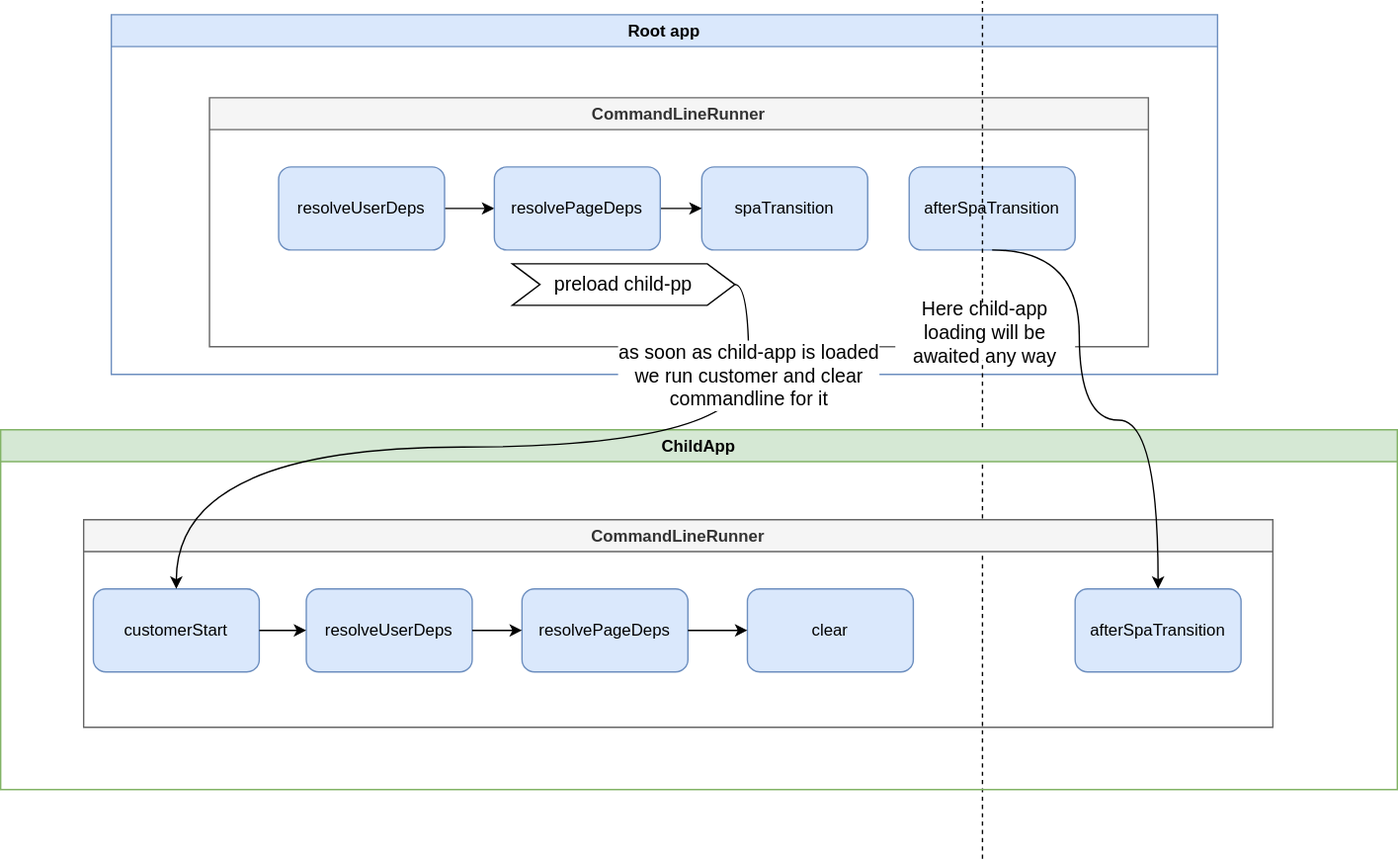
This is tools/docSite/static/img/child-app/command-line-runner-spa-loaded.drawio.svg from Tinkoff/tramvai, a draw.io export, as it was before one commit. Source tidied: cells renumbered, new cells last; positions are measured from the earlier drawing's top-left corner, leaving out a move shared by most shapes.
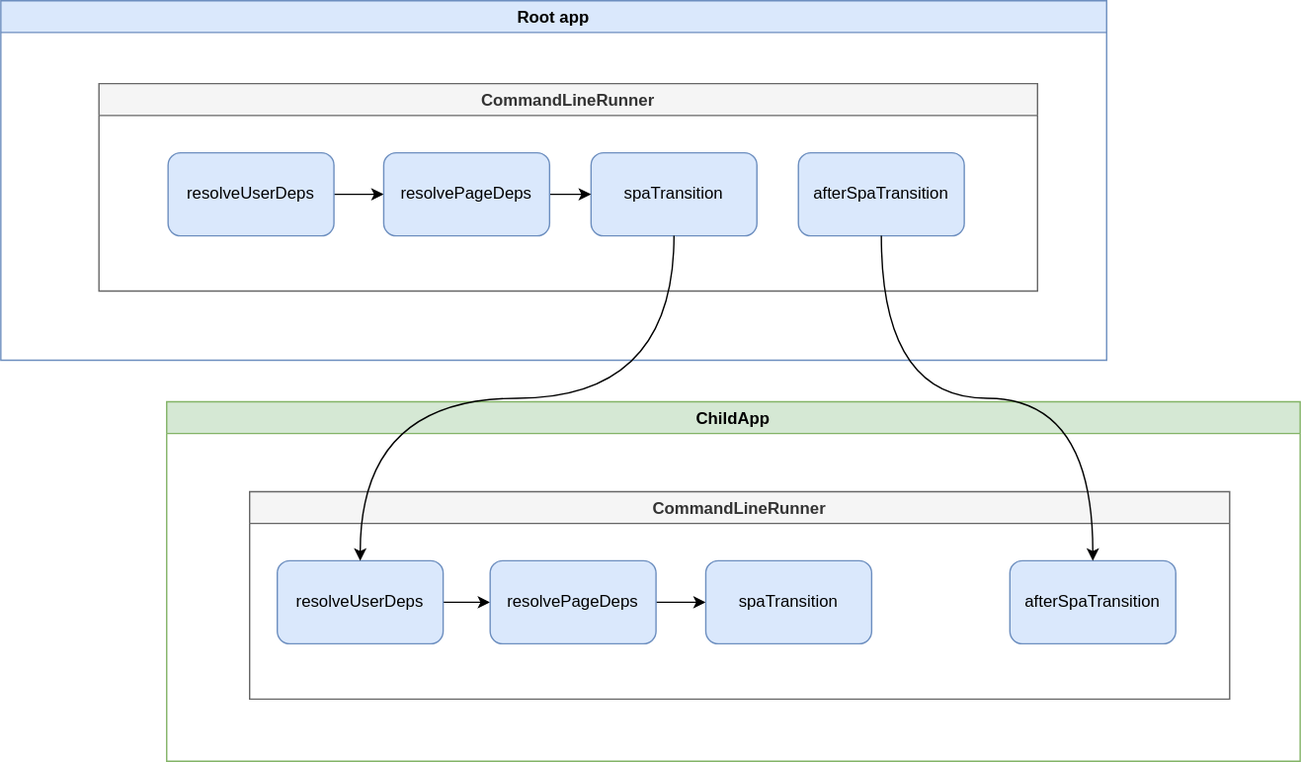
Above is the later version.

Diff of the diagram source:
```diff
@@ -6,7 +6,7 @@
       <mxGeometry x="80" y="10" width="800" height="260" as="geometry" />
     </mxCell>
     <mxCell id="3" value="CommandLineRunner" style="swimlane;fillColor=#f5f5f5;strokeColor=#666666;fontColor=#333333;" parent="2" vertex="1">
-      <mxGeometry x="71" y="60" width="679" height="180" as="geometry" />
+      <mxGeometry x="71" y="60" width="679" height="150" as="geometry" />
     </mxCell>
     <mxCell id="4" value="afterSpaTransition" style="rounded=1;whiteSpace=wrap;html=1;fillColor=#dae8fc;strokeColor=#6c8ebf;" parent="3" vertex="1">
       <mxGeometry x="506" y="50" width="120" height="60" as="geometry" />
@@ -26,64 +26,35 @@
     <mxCell id="9" value="resolvePageDeps" style="rounded=1;whiteSpace=wrap;html=1;fillColor=#dae8fc;strokeColor=#6c8ebf;" parent="3" vertex="1">
       <mxGeometry x="206" y="50" width="120" height="60" as="geometry" />
     </mxCell>
-    <mxCell id="10" value="&lt;font style=&quot;font-size: 14px;&quot;&gt;preload child-pp&lt;/font&gt;" style="shape=step;perimeter=stepPerimeter;whiteSpace=wrap;html=1;fixedSize=1;" parent="3" vertex="1">
-      <mxGeometry x="219" y="120" width="161" height="30" as="geometry" />
-    </mxCell>
-    <mxCell id="11" style="endArrow=none;dashed=1;html=1;fontSize=14;curved=1;" parent="3" edge="1">
-      <mxGeometry relative="1" as="geometry">
-        <mxPoint x="559" y="550" as="sourcePoint" />
-        <mxPoint x="559" y="-70" as="targetPoint" />
-      </mxGeometry>
-    </mxCell>
-    <mxCell id="12" value="Here child-app&amp;nbsp;&lt;br&gt;loading will be awaited any way" style="text;html=1;align=center;verticalAlign=middle;whiteSpace=wrap;rounded=0;fontSize=14;fillColor=default;" parent="3" vertex="1">
-      <mxGeometry x="496" y="150" width="130" height="40" as="geometry" />
-    </mxCell>
     <mxCell id="13" value="ChildApp" style="swimlane;fillColor=#d5e8d4;strokeColor=#82b366;startSize=23;" parent="1" vertex="1">
-      <mxGeometry y="310" width="1010" height="260" as="geometry" />
+      <mxGeometry x="200" y="300" width="820" height="260" as="geometry" />
     </mxCell>
     <mxCell id="14" value="CommandLineRunner" style="swimlane;fillColor=#f5f5f5;strokeColor=#666666;fontColor=#333333;" parent="13" vertex="1">
-      <mxGeometry x="60" y="65" width="860" height="150" as="geometry" />
+      <mxGeometry x="60" y="65" width="709" height="150" as="geometry" />
     </mxCell>
+    <mxCell id="20" style="edgeStyle=orthogonalEdgeStyle;rounded=0;jettySize=auto;html=1;exitX=1;exitY=0.5;exitDx=0;exitDy=0;entryX=0;entryY=0.5;entryDx=0;entryDy=0;" parent="14" edge="1" source="17" target="19">
+      <mxGeometry relative="1" as="geometry" />
+    </mxCell>
+    <mxCell id="17" value="resolveUserDeps" style="rounded=1;whiteSpace=wrap;html=1;fillColor=#dae8fc;strokeColor=#6c8ebf;" parent="14" vertex="1">
+      <mxGeometry x="20" y="50" width="120" height="60" as="geometry" />
+    </mxCell>
+    <mxCell id="26" style="edgeStyle=orthogonalEdgeStyle;rounded=0;jettySize=auto;html=1;exitX=1;exitY=0.5;exitDx=0;exitDy=0;entryX=0;entryY=0.5;entryDx=0;entryDy=0;" parent="14" edge="1" source="19" target="27">
+      <mxGeometry relative="1" as="geometry" />
+    </mxCell>
+    <mxCell id="19" value="resolvePageDeps" style="rounded=1;whiteSpace=wrap;html=1;fillColor=#dae8fc;strokeColor=#6c8ebf;" parent="14" vertex="1">
+      <mxGeometry x="174" y="50" width="120" height="60" as="geometry" />
+    </mxCell>
+    <mxCell id="27" value="spaTransition" style="rounded=1;whiteSpace=wrap;html=1;fillColor=#dae8fc;strokeColor=#6c8ebf;" parent="14" vertex="1">
+      <mxGeometry x="330" y="50" width="120" height="60" as="geometry" />
+    </mxCell>
     <mxCell id="15" value="afterSpaTransition" style="rounded=1;whiteSpace=wrap;html=1;fillColor=#dae8fc;strokeColor=#6c8ebf;" parent="14" vertex="1">
-      <mxGeometry x="717" y="50" width="120" height="60" as="geometry" />
+      <mxGeometry x="550" y="50" width="120" height="60" as="geometry" />
     </mxCell>
-    <mxCell id="16" value="customerStart" style="rounded=1;whiteSpace=wrap;html=1;fillColor=#dae8fc;strokeColor=#6c8ebf;" parent="14" vertex="1">
-      <mxGeometry x="7" y="50" width="120" height="60" as="geometry" />
-    </mxCell>
-    <mxCell id="17" value="resolveUserDeps" style="rounded=1;whiteSpace=wrap;html=1;fillColor=#dae8fc;strokeColor=#6c8ebf;" parent="14" vertex="1">
-      <mxGeometry x="161" y="50" width="120" height="60" as="geometry" />
-    </mxCell>
-    <mxCell id="18" style="edgeStyle=orthogonalEdgeStyle;rounded=0;jettySize=auto;html=1;exitX=1;exitY=0.5;exitDx=0;exitDy=0;entryX=0;entryY=0.5;entryDx=0;entryDy=0;" parent="14" edge="1" source="16" target="17">
-      <mxGeometry relative="1" as="geometry" />
-    </mxCell>
-    <mxCell id="19" value="resolvePageDeps" style="rounded=1;whiteSpace=wrap;html=1;fillColor=#dae8fc;strokeColor=#6c8ebf;" parent="14" vertex="1">
-      <mxGeometry x="317" y="50" width="120" height="60" as="geometry" />
-    </mxCell>
-    <mxCell id="20" style="edgeStyle=orthogonalEdgeStyle;rounded=0;jettySize=auto;html=1;exitX=1;exitY=0.5;exitDx=0;exitDy=0;entryX=0;entryY=0.5;entryDx=0;entryDy=0;" parent="14" edge="1" source="17" target="19">
-      <mxGeometry relative="1" as="geometry" />
-    </mxCell>
-    <mxCell id="21" value="clear" style="rounded=1;whiteSpace=wrap;html=1;fillColor=#dae8fc;strokeColor=#6c8ebf;" parent="14" vertex="1">
-      <mxGeometry x="480" y="50" width="120" height="60" as="geometry" />
-    </mxCell>
-    <mxCell id="22" style="edgeStyle=none;html=1;exitX=1;exitY=0.5;exitDx=0;exitDy=0;entryX=0;entryY=0.5;entryDx=0;entryDy=0;" parent="14" edge="1" source="19" target="21">
-      <mxGeometry relative="1" as="geometry" />
-    </mxCell>
+    <mxCell id="28" style="edgeStyle=orthogonalEdgeStyle;rounded=0;jettySize=auto;html=1;entryX=0.5;entryY=0;entryDx=0;entryDy=0;curved=1;exitX=0.5;exitY=1;exitDx=0;exitDy=0;" parent="1" edge="1" source="5" target="17">
+      <mxGeometry relative="1" as="geometry" />
+    </mxCell>
     <mxCell id="23" style="edgeStyle=orthogonalEdgeStyle;curved=1;rounded=0;jettySize=auto;html=1;exitX=0.5;exitY=1;exitDx=0;exitDy=0;entryX=0.5;entryY=0;entryDx=0;entryDy=0;" parent="1" edge="1" source="4" target="15">
-      <mxGeometry relative="1" as="geometry">
-        <Array as="points">
-          <mxPoint x="780" y="180" />
-          <mxPoint x="780" y="303" />
-          <mxPoint x="837" y="303" />
-        </Array>
-      </mxGeometry>
+      <mxGeometry relative="1" as="geometry" />
     </mxCell>
-    <mxCell id="24" style="edgeStyle=orthogonalEdgeStyle;html=1;exitX=1;exitY=0.5;exitDx=0;exitDy=0;entryX=0.5;entryY=0;entryDx=0;entryDy=0;fontSize=14;curved=1;" parent="1" edge="1" source="10" target="16">
-      <mxGeometry relative="1" as="geometry" />
-    </mxCell>
-    <mxCell id="25" value="as soon as child-app is loaded&lt;br&gt;we run customer and clear&amp;nbsp;&lt;br&gt;commandline for it" style="edgeLabel;html=1;align=center;verticalAlign=middle;fontSize=14;" parent="24" vertex="1">
-      <mxGeometry x="-0.41" y="-8" relative="1" as="geometry">
-        <mxPoint x="61" y="-44" as="offset" />
-      </mxGeometry>
-    </mxCell>
   </root>
 </mxGraphModel>
```
